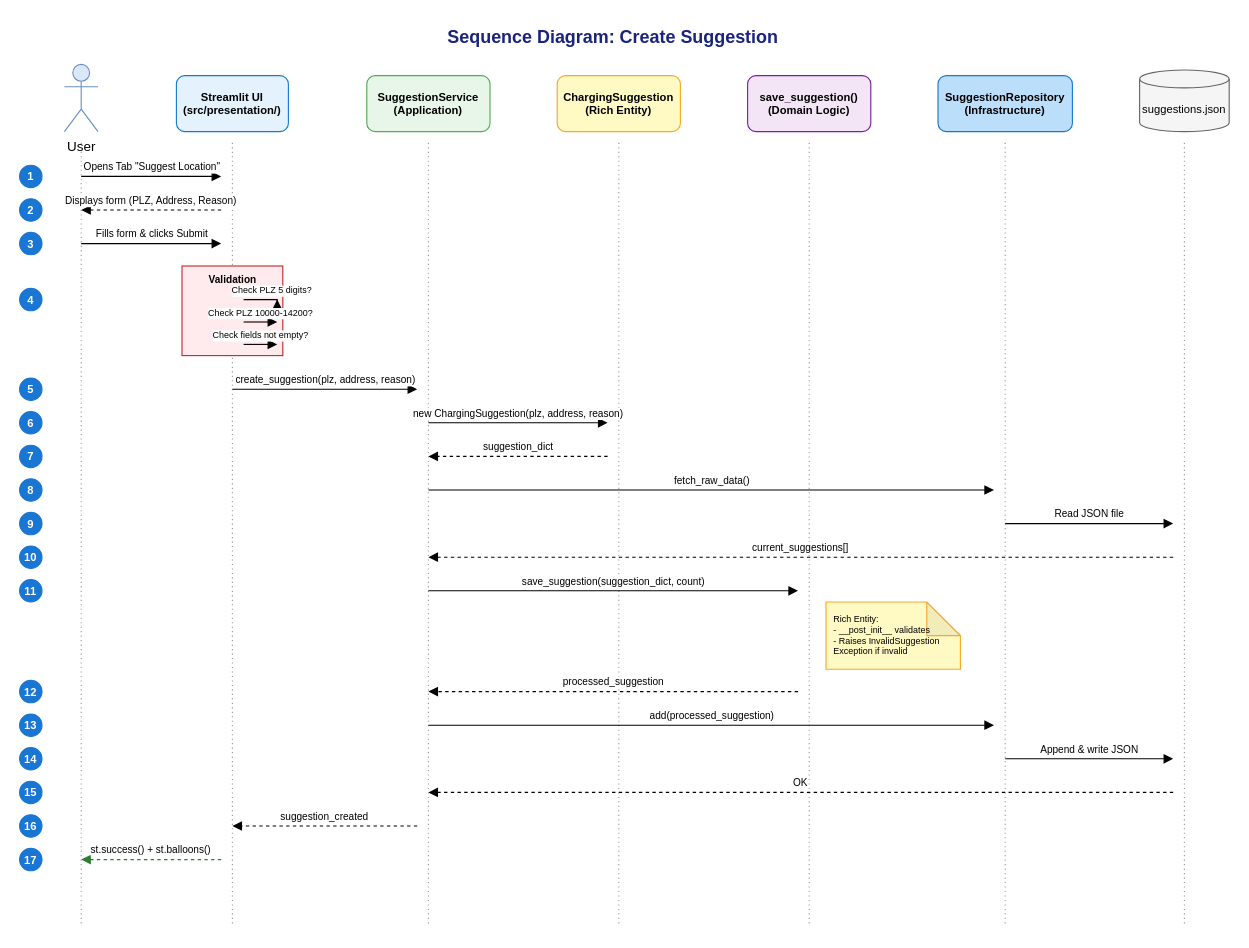
Earlier version of the draw.io diagram page "1. Create Suggestion" (1 of 3) of docs/user-story-7-sequence-diagrams.drawio (SamuskaAksumas/heatmap-charging-stations). Source tidied: cells renumbered, new cells numbered last; positions are measured from the earlier drawing's top-left corner, leaving out a move shared by most shapes. Both pictures are drawn from the tidied source at 112%, with x=0, y=0 at pixel (19, 19).
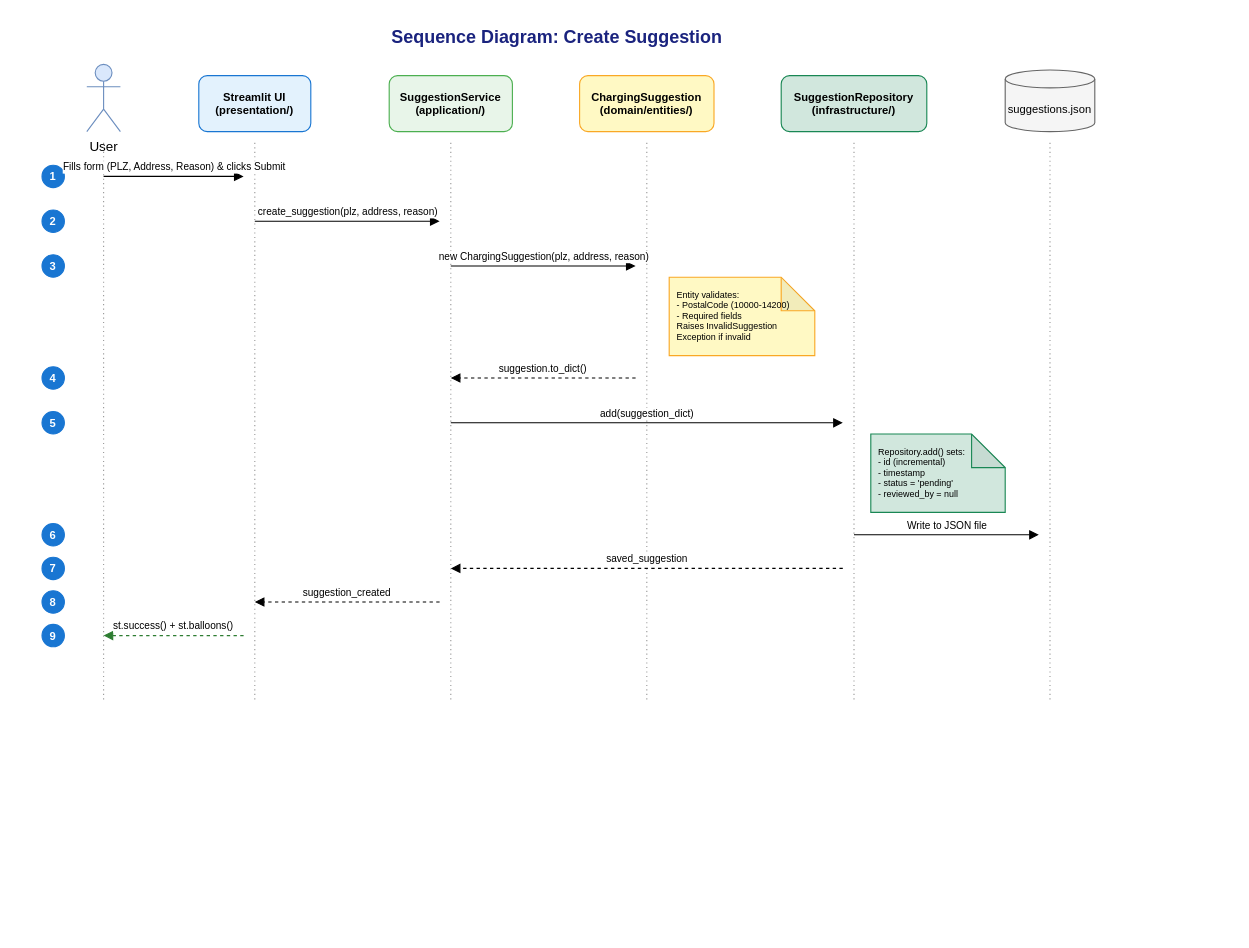
After the change.

Change to the diagram source:
```diff
@@
     <mxCell id="2" value="Sequence Diagram: Create Suggestion" style="text;html=1;strokeColor=none;fillColor=none;align=center;verticalAlign=middle;whiteSpace=wrap;rounded=0;fontSize=16;fontStyle=1;fontColor=#1a237e;" parent="1" vertex="1">
-      <mxGeometry x="380" width="300" height="30" as="geometry" />
+      <mxGeometry x="330" width="300" height="30" as="geometry" />
     </mxCell>
     <mxCell id="3" value="User" style="shape=umlActor;verticalLabelPosition=bottom;verticalAlign=top;html=1;fillColor=#dae8fc;strokeColor=#6c8ebf;" parent="1" vertex="1">
-      <mxGeometry x="40" y="40" width="30" height="60" as="geometry" />
+      <mxGeometry x="60" y="40" width="30" height="60" as="geometry" />
     </mxCell>
     <mxCell id="4" style="endArrow=none;dashed=1;html=1;dashPattern=1 3;strokeWidth=1;strokeColor=#999999;" parent="1" edge="1">
       <mxGeometry relative="1" as="geometry">
-        <mxPoint x="55" y="110" as="sourcePoint" />
-        <mxPoint x="55" y="810" as="targetPoint" />
+        <mxPoint x="75" y="110" as="sourcePoint" />
+        <mxPoint x="75" y="610" as="targetPoint" />
       </mxGeometry>
     </mxCell>
-    <mxCell id="5" value="Streamlit UI&#10;(src/presentation/)" style="rounded=1;whiteSpace=wrap;html=1;fillColor=#e3f2fd;strokeColor=#1976d2;fontStyle=1;fontSize=10;" parent="1" vertex="1">
-      <mxGeometry x="140" y="50" width="100" height="50" as="geometry" />
+    <mxCell id="5" value="Streamlit UI&#10;(presentation/)" style="rounded=1;whiteSpace=wrap;html=1;fillColor=#e3f2fd;strokeColor=#1976d2;fontStyle=1;fontSize=10;" parent="1" vertex="1">
+      <mxGeometry x="160" y="50" width="100" height="50" as="geometry" />
     </mxCell>
     <mxCell id="6" style="endArrow=none;dashed=1;html=1;dashPattern=1 3;strokeWidth=1;strokeColor=#999999;" parent="1" edge="1">
       <mxGeometry relative="1" as="geometry">
-        <mxPoint x="190" y="110" as="sourcePoint" />
-        <mxPoint x="190" y="810" as="targetPoint" />
+        <mxPoint x="210" y="110" as="sourcePoint" />
+        <mxPoint x="210" y="610" as="targetPoint" />
       </mxGeometry>
     </mxCell>
-    <mxCell id="7" value="SuggestionService&#10;(Application)" style="rounded=1;whiteSpace=wrap;html=1;fillColor=#e8f5e9;strokeColor=#4caf50;fontStyle=1;fontSize=10;" parent="1" vertex="1">
-      <mxGeometry x="310" y="50" width="110" height="50" as="geometry" />
+    <mxCell id="7" value="SuggestionService&#10;(application/)" style="rounded=1;whiteSpace=wrap;html=1;fillColor=#e8f5e9;strokeColor=#4caf50;fontStyle=1;fontSize=10;" parent="1" vertex="1">
+      <mxGeometry x="330" y="50" width="110" height="50" as="geometry" />
     </mxCell>
     <mxCell id="8" style="endArrow=none;dashed=1;html=1;dashPattern=1 3;strokeWidth=1;strokeColor=#999999;" parent="1" edge="1">
       <mxGeometry relative="1" as="geometry">
-        <mxPoint x="365" y="110" as="sourcePoint" />
-        <mxPoint x="365" y="810" as="targetPoint" />
+        <mxPoint x="385" y="110" as="sourcePoint" />
+        <mxPoint x="385" y="610" as="targetPoint" />
       </mxGeometry>
     </mxCell>
-    <mxCell id="9" value="ChargingSuggestion&#10;(Rich Entity)" style="rounded=1;whiteSpace=wrap;html=1;fillColor=#fff9c4;strokeColor=#f9a825;fontStyle=1;fontSize=10;" parent="1" vertex="1">
-      <mxGeometry x="480" y="50" width="110" height="50" as="geometry" />
+    <mxCell id="9" value="ChargingSuggestion&#10;(domain/entities/)" style="rounded=1;whiteSpace=wrap;html=1;fillColor=#fff9c4;strokeColor=#f9a825;fontStyle=1;fontSize=10;" parent="1" vertex="1">
+      <mxGeometry x="500" y="50" width="120" height="50" as="geometry" />
     </mxCell>
     <mxCell id="10" style="endArrow=none;dashed=1;html=1;dashPattern=1 3;strokeWidth=1;strokeColor=#999999;" parent="1" edge="1">
       <mxGeometry relative="1" as="geometry">
-        <mxPoint x="535" y="110" as="sourcePoint" />
-        <mxPoint x="535" y="810" as="targetPoint" />
+        <mxPoint x="560" y="110" as="sourcePoint" />
+        <mxPoint x="560" y="610" as="targetPoint" />
       </mxGeometry>
     </mxCell>
-    <mxCell id="11" value="save_suggestion()&#10;(Domain Logic)" style="rounded=1;whiteSpace=wrap;html=1;fillColor=#f3e5f5;strokeColor=#7b1fa2;fontStyle=1;fontSize=10;" parent="1" vertex="1">
-      <mxGeometry x="650" y="50" width="110" height="50" as="geometry" />
-    </mxCell>
-    <mxCell id="12" style="endArrow=none;dashed=1;html=1;dashPattern=1 3;strokeWidth=1;strokeColor=#999999;" parent="1" edge="1">
-      <mxGeometry relative="1" as="geometry">
-        <mxPoint x="705" y="110" as="sourcePoint" />
-        <mxPoint x="705" y="810" as="targetPoint" />
-      </mxGeometry>
-    </mxCell>
-    <mxCell id="13" value="SuggestionRepository&#10;(Infrastructure)" style="rounded=1;whiteSpace=wrap;html=1;fillColor=#bbdefb;strokeColor=#1976d2;fontStyle=1;fontSize=10;" parent="1" vertex="1">
-      <mxGeometry x="820" y="50" width="120" height="50" as="geometry" />
+    <mxCell id="13" value="SuggestionRepository&#10;(infrastructure/)" style="rounded=1;whiteSpace=wrap;html=1;fillColor=#d1e7dd;strokeColor=#198754;fontStyle=1;fontSize=10;" parent="1" vertex="1">
+      <mxGeometry x="680" y="50" width="130" height="50" as="geometry" />
     </mxCell>
     <mxCell id="14" style="endArrow=none;dashed=1;html=1;dashPattern=1 3;strokeWidth=1;strokeColor=#999999;" parent="1" edge="1">
       <mxGeometry relative="1" as="geometry">
-        <mxPoint x="880" y="110" as="sourcePoint" />
-        <mxPoint x="880" y="810" as="targetPoint" />
+        <mxPoint x="745" y="110" as="sourcePoint" />
+        <mxPoint x="745" y="610" as="targetPoint" />
       </mxGeometry>
     </mxCell>
     <mxCell id="15" value="suggestions.json" style="shape=cylinder3;whiteSpace=wrap;html=1;boundedLbl=1;backgroundOutline=1;size=8;fillColor=#f5f5f5;strokeColor=#666666;fontSize=10;" parent="1" vertex="1">
-      <mxGeometry x="1000" y="45" width="80" height="55" as="geometry" />
+      <mxGeometry x="880" y="45" width="80" height="55" as="geometry" />
     </mxCell>
     <mxCell id="16" style="endArrow=none;dashed=1;html=1;dashPattern=1 3;strokeWidth=1;strokeColor=#999999;" parent="1" edge="1">
       <mxGeometry relative="1" as="geometry">
-        <mxPoint x="1040" y="110" as="sourcePoint" />
-        <mxPoint x="1040" y="810" as="targetPoint" />
+        <mxPoint x="920" y="110" as="sourcePoint" />
+        <mxPoint x="920" y="610" as="targetPoint" />
       </mxGeometry>
     </mxCell>
     <mxCell id="17" value="1" style="ellipse;whiteSpace=wrap;html=1;fillColor=#1976d2;strokeColor=#1976d2;fontColor=#ffffff;fontSize=10;fontStyle=1;" parent="1" vertex="1">
-      <mxGeometry y="130" width="20" height="20" as="geometry" />
+      <mxGeometry x="20" y="130" width="20" height="20" as="geometry" />
     </mxCell>
-    <mxCell id="18" value="Opens Tab &quot;Suggest Location&quot;" style="html=1;verticalAlign=bottom;endArrow=block;curved=0;rounded=0;fontSize=9;" parent="1" edge="1">
+    <mxCell id="18" value="Fills form (PLZ, Address, Reason) &amp; clicks Submit" style="html=1;verticalAlign=bottom;endArrow=block;curved=0;rounded=0;fontSize=9;" parent="1" edge="1">
       <mxGeometry relative="1" as="geometry">
-        <mxPoint x="55" y="140" as="sourcePoint" />
-        <mxPoint x="180" y="140" as="targetPoint" />
+        <mxPoint x="75" y="140" as="sourcePoint" />
+        <mxPoint x="200" y="140" as="targetPoint" />
       </mxGeometry>
     </mxCell>
     <mxCell id="19" value="2" style="ellipse;whiteSpace=wrap;html=1;fillColor=#1976d2;strokeColor=#1976d2;fontColor=#ffffff;fontSize=10;fontStyle=1;" parent="1" vertex="1">
-      <mxGeometry y="160" width="20" height="20" as="geometry" />
+      <mxGeometry x="20" y="170" width="20" height="20" as="geometry" />
     </mxCell>
-    <mxCell id="20" value="Displays form (PLZ, Address, Reason)" style="html=1;verticalAlign=bottom;endArrow=block;curved=0;rounded=0;dashed=1;fontSize=9;" parent="1" edge="1">
+    <mxCell id="20" value="create_suggestion(plz, address, reason)" style="html=1;verticalAlign=bottom;endArrow=block;curved=0;rounded=0;fontSize=9;" parent="1" edge="1">
       <mxGeometry relative="1" as="geometry">
-        <mxPoint x="180" y="170" as="sourcePoint" />
-        <mxPoint x="55" y="170" as="targetPoint" />
+        <mxPoint x="210" y="180" as="sourcePoint" />
+        <mxPoint x="375" y="180" as="targetPoint" />
       </mxGeometry>
     </mxCell>
     <mxCell id="21" value="3" style="ellipse;whiteSpace=wrap;html=1;fillColor=#1976d2;strokeColor=#1976d2;fontColor=#ffffff;fontSize=10;fontStyle=1;" parent="1" vertex="1">
-      <mxGeometry y="190" width="20" height="20" as="geometry" />
+      <mxGeometry x="20" y="210" width="20" height="20" as="geometry" />
     </mxCell>
-    <mxCell id="22" value="Fills form &amp; clicks Submit" style="html=1;verticalAlign=bottom;endArrow=block;curved=0;rounded=0;fontSize=9;" parent="1" edge="1">
+    <mxCell id="22" value="new ChargingSuggestion(plz, address, reason)" style="html=1;verticalAlign=bottom;endArrow=block;curved=0;rounded=0;fontSize=9;" parent="1" edge="1">
       <mxGeometry relative="1" as="geometry">
-        <mxPoint x="55" y="200" as="sourcePoint" />
-        <mxPoint x="180" y="200" as="targetPoint" />
+        <mxPoint x="385" y="220" as="sourcePoint" />
+        <mxPoint x="550" y="220" as="targetPoint" />
       </mxGeometry>
     </mxCell>
-    <mxCell id="23" style="rounded=0;whiteSpace=wrap;html=1;fillColor=#ffebee;strokeColor=#c62828;strokeWidth=1;" parent="1" vertex="1">
-      <mxGeometry x="145" y="220" width="90" height="80" as="geometry" />
-    </mxCell>
-    <mxCell id="24" value="Validation" style="text;html=1;strokeColor=none;fillColor=none;align=center;verticalAlign=middle;fontSize=9;fontStyle=1;" parent="1" vertex="1">
-      <mxGeometry x="155" y="225" width="70" height="15" as="geometry" />
-    </mxCell>
+    <mxCell id="43" value="Entity validates:&#10;- PostalCode (10000-14200)&#10;- Required fields&#10;Raises InvalidSuggestion&#10;Exception if invalid" style="shape=note;whiteSpace=wrap;html=1;backgroundOutline=1;darkOpacity=0.05;fillColor=#fff9c4;strokeColor=#f9a825;fontSize=8;align=left;spacingLeft=5;" parent="1" vertex="1">
+      <mxGeometry x="580" y="230" width="130" height="70" as="geometry" />
+    </mxCell>
     <mxCell id="25" value="4" style="ellipse;whiteSpace=wrap;html=1;fillColor=#1976d2;strokeColor=#1976d2;fontColor=#ffffff;fontSize=10;fontStyle=1;" parent="1" vertex="1">
-      <mxGeometry y="240" width="20" height="20" as="geometry" />
+      <mxGeometry x="20" y="310" width="20" height="20" as="geometry" />
     </mxCell>
-    <mxCell id="26" value="Check PLZ 5 digits?" style="html=1;verticalAlign=bottom;endArrow=block;curved=0;rounded=0;fontSize=8;" parent="1" edge="1">
-      <mxGeometry relative="1" as="geometry">
-        <mxPoint x="200" y="250" as="sourcePoint" />
-        <mxPoint x="230" y="250" as="targetPoint" />
-        <Array as="points">
-          <mxPoint x="230" y="250" />
-          <mxPoint x="230" y="260" />
-        </Array>
-      </mxGeometry>
-    </mxCell>
-    <mxCell id="27" value="Check PLZ 10000-14200?" style="html=1;verticalAlign=bottom;endArrow=block;curved=0;rounded=0;fontSize=8;" parent="1" edge="1">
-      <mxGeometry relative="1" as="geometry">
-        <mxPoint x="200" y="270" as="sourcePoint" />
-        <mxPoint x="230" y="270" as="targetPoint" />
-      </mxGeometry>
-    </mxCell>
-    <mxCell id="28" value="Check fields not empty?" style="html=1;verticalAlign=bottom;endArrow=block;curved=0;rounded=0;fontSize=8;" parent="1" edge="1">
-      <mxGeometry relative="1" as="geometry">
-        <mxPoint x="200" y="290" as="sourcePoint" />
-        <mxPoint x="230" y="290" as="targetPoint" />
-      </mxGeometry>
-    </mxCell>
+    <mxCell id="56" value="suggestion.to_dict()" style="html=1;verticalAlign=bottom;endArrow=block;curved=0;rounded=0;dashed=1;fontSize=9;" parent="1" edge="1">
+      <mxGeometry relative="1" as="geometry">
+        <mxPoint x="550" y="320" as="sourcePoint" />
+        <mxPoint x="385" y="320" as="targetPoint" />
+      </mxGeometry>
+    </mxCell>
     <mxCell id="29" value="5" style="ellipse;whiteSpace=wrap;html=1;fillColor=#1976d2;strokeColor=#1976d2;fontColor=#ffffff;fontSize=10;fontStyle=1;" parent="1" vertex="1">
-      <mxGeometry y="320" width="20" height="20" as="geometry" />
+      <mxGeometry x="20" y="350" width="20" height="20" as="geometry" />
     </mxCell>
-    <mxCell id="30" value="create_suggestion(plz, address, reason)" style="html=1;verticalAlign=bottom;endArrow=block;curved=0;rounded=0;fontSize=9;" parent="1" edge="1">
+    <mxCell id="30" value="add(suggestion_dict)" style="html=1;verticalAlign=bottom;endArrow=block;curved=0;rounded=0;fontSize=9;" parent="1" edge="1">
       <mxGeometry relative="1" as="geometry">
-        <mxPoint x="190" y="330" as="sourcePoint" />
-        <mxPoint x="355" y="330" as="targetPoint" />
+        <mxPoint x="385" y="360" as="sourcePoint" />
+        <mxPoint x="735" y="360" as="targetPoint" />
       </mxGeometry>
     </mxCell>
+    <mxCell id="57" value="Repository.add() sets:&#10;- id (incremental)&#10;- timestamp&#10;- status = 'pending'&#10;- reviewed_by = null" style="shape=note;whiteSpace=wrap;html=1;backgroundOutline=1;darkOpacity=0.05;fillColor=#d1e7dd;strokeColor=#198754;fontSize=8;align=left;spacingLeft=5;" parent="1" vertex="1">
+      <mxGeometry x="760" y="370" width="120" height="70" as="geometry" />
+    </mxCell>
     <mxCell id="31" value="6" style="ellipse;whiteSpace=wrap;html=1;fillColor=#1976d2;strokeColor=#1976d2;fontColor=#ffffff;fontSize=10;fontStyle=1;" parent="1" vertex="1">
-      <mxGeometry y="350" width="20" height="20" as="geometry" />
+      <mxGeometry x="20" y="450" width="20" height="20" as="geometry" />
     </mxCell>
-    <mxCell id="32" value="new ChargingSuggestion(plz, address, reason)" style="html=1;verticalAlign=bottom;endArrow=block;curved=0;rounded=0;fontSize=9;" parent="1" edge="1">
+    <mxCell id="32" value="Write to JSON file" style="html=1;verticalAlign=bottom;endArrow=block;curved=0;rounded=0;fontSize=9;" parent="1" edge="1">
       <mxGeometry relative="1" as="geometry">
-        <mxPoint x="365" y="360" as="sourcePoint" />
-        <mxPoint x="525" y="360" as="targetPoint" />
+        <mxPoint x="745" y="460" as="sourcePoint" />
+        <mxPoint x="910" y="460" as="targetPoint" />
       </mxGeometry>
     </mxCell>
     <mxCell id="33" value="7" style="ellipse;whiteSpace=wrap;html=1;fillColor=#1976d2;strokeColor=#1976d2;fontColor=#ffffff;fontSize=10;fontStyle=1;" parent="1" vertex="1">
-      <mxGeometry y="380" width="20" height="20" as="geometry" />
+      <mxGeometry x="20" y="480" width="20" height="20" as="geometry" />
     </mxCell>
-    <mxCell id="34" value="suggestion_dict" style="html=1;verticalAlign=bottom;endArrow=block;curved=0;rounded=0;dashed=1;fontSize=9;" parent="1" edge="1">
+    <mxCell id="34" value="saved_suggestion" style="html=1;verticalAlign=bottom;endArrow=block;curved=0;rounded=0;dashed=1;fontSize=9;" parent="1" edge="1">
       <mxGeometry relative="1" as="geometry">
-        <mxPoint x="525" y="390" as="sourcePoint" />
-        <mxPoint x="365" y="390" as="targetPoint" />
+        <mxPoint x="735" y="490" as="sourcePoint" />
+        <mxPoint x="385" y="490" as="targetPoint" />
       </mxGeometry>
     </mxCell>
     <mxCell id="35" value="8" style="ellipse;whiteSpace=wrap;html=1;fillColor=#1976d2;strokeColor=#1976d2;fontColor=#ffffff;fontSize=10;fontStyle=1;" parent="1" vertex="1">
-      <mxGeometry y="410" width="20" height="20" as="geometry" />
+      <mxGeometry x="20" y="510" width="20" height="20" as="geometry" />
     </mxCell>
-    <mxCell id="36" value="fetch_raw_data()" style="html=1;verticalAlign=bottom;endArrow=block;curved=0;rounded=0;fontSize=9;" parent="1" edge="1">
+    <mxCell id="36" value="suggestion_created" style="html=1;verticalAlign=bottom;endArrow=block;curved=0;rounded=0;dashed=1;fontSize=9;" parent="1" edge="1">
       <mxGeometry relative="1" as="geometry">
-        <mxPoint x="365" y="420" as="sourcePoint" />
-        <mxPoint x="870" y="420" as="targetPoint" />
+        <mxPoint x="375" y="520" as="sourcePoint" />
+        <mxPoint x="210" y="520" as="targetPoint" />
       </mxGeometry>
     </mxCell>
     <mxCell id="37" value="9" style="ellipse;whiteSpace=wrap;html=1;fillColor=#1976d2;strokeColor=#1976d2;fontColor=#ffffff;fontSize=10;fontStyle=1;" parent="1" vertex="1">
-      <mxGeometry y="440" width="20" height="20" as="geometry" />
+      <mxGeometry x="20" y="540" width="20" height="20" as="geometry" />
     </mxCell>
-    <mxCell id="38" value="Read JSON file" style="html=1;verticalAlign=bottom;endArrow=block;curved=0;rounded=0;fontSize=9;" parent="1" edge="1">
+    <mxCell id="38" value="st.success() + st.balloons()" style="html=1;verticalAlign=bottom;endArrow=block;curved=0;rounded=0;dashed=1;fontSize=9;strokeColor=#2e7d32;" parent="1" edge="1">
       <mxGeometry relative="1" as="geometry">
-        <mxPoint x="880" y="450" as="sourcePoint" />
-        <mxPoint x="1030" y="450" as="targetPoint" />
+        <mxPoint x="200" y="550" as="sourcePoint" />
+        <mxPoint x="75" y="550" as="targetPoint" />
       </mxGeometry>
     </mxCell>
-    <mxCell id="39" value="10" style="ellipse;whiteSpace=wrap;html=1;fillColor=#1976d2;strokeColor=#1976d2;fontColor=#ffffff;fontSize=10;fontStyle=1;" parent="1" vertex="1">
-      <mxGeometry y="470" width="20" height="20" as="geometry" />
-    </mxCell>
-    <mxCell id="40" value="current_suggestions[]" style="html=1;verticalAlign=bottom;endArrow=block;curved=0;rounded=0;dashed=1;fontSize=9;" parent="1" edge="1">
-      <mxGeometry relative="1" as="geometry">
-        <mxPoint x="1030" y="480" as="sourcePoint" />
-        <mxPoint x="365" y="480" as="targetPoint" />
-      </mxGeometry>
-    </mxCell>
-    <mxCell id="41" value="11" style="ellipse;whiteSpace=wrap;html=1;fillColor=#1976d2;strokeColor=#1976d2;fontColor=#ffffff;fontSize=10;fontStyle=1;" parent="1" vertex="1">
-      <mxGeometry y="500" width="20" height="20" as="geometry" />
-    </mxCell>
-    <mxCell id="42" value="save_suggestion(suggestion_dict, count)" style="html=1;verticalAlign=bottom;endArrow=block;curved=0;rounded=0;fontSize=9;" parent="1" edge="1">
-      <mxGeometry relative="1" as="geometry">
-        <mxPoint x="365" y="510" as="sourcePoint" />
-        <mxPoint x="695" y="510" as="targetPoint" />
-      </mxGeometry>
-    </mxCell>
-    <mxCell id="43" value="Rich Entity:&#10;- __post_init__ validates&#10;- Raises InvalidSuggestion&#10;  Exception if invalid" style="shape=note;whiteSpace=wrap;html=1;backgroundOutline=1;darkOpacity=0.05;fillColor=#fff9c4;strokeColor=#f9a825;fontSize=8;align=left;spacingLeft=5;" parent="1" vertex="1">
-      <mxGeometry x="720" y="520" width="120" height="60" as="geometry" />
-    </mxCell>
-    <mxCell id="44" value="12" style="ellipse;whiteSpace=wrap;html=1;fillColor=#1976d2;strokeColor=#1976d2;fontColor=#ffffff;fontSize=10;fontStyle=1;" parent="1" vertex="1">
-      <mxGeometry y="590" width="20" height="20" as="geometry" />
-    </mxCell>
-    <mxCell id="45" value="processed_suggestion" style="html=1;verticalAlign=bottom;endArrow=block;curved=0;rounded=0;dashed=1;fontSize=9;" parent="1" edge="1">
-      <mxGeometry relative="1" as="geometry">
-        <mxPoint x="695" y="600" as="sourcePoint" />
-        <mxPoint x="365" y="600" as="targetPoint" />
-      </mxGeometry>
-    </mxCell>
-    <mxCell id="46" value="13" style="ellipse;whiteSpace=wrap;html=1;fillColor=#1976d2;strokeColor=#1976d2;fontColor=#ffffff;fontSize=10;fontStyle=1;" parent="1" vertex="1">
-      <mxGeometry y="620" width="20" height="20" as="geometry" />
-    </mxCell>
-    <mxCell id="47" value="add(processed_suggestion)" style="html=1;verticalAlign=bottom;endArrow=block;curved=0;rounded=0;fontSize=9;" parent="1" edge="1">
-      <mxGeometry relative="1" as="geometry">
-        <mxPoint x="365" y="630" as="sourcePoint" />
-        <mxPoint x="870" y="630" as="targetPoint" />
-      </mxGeometry>
-    </mxCell>
-    <mxCell id="48" value="14" style="ellipse;whiteSpace=wrap;html=1;fillColor=#1976d2;strokeColor=#1976d2;fontColor=#ffffff;fontSize=10;fontStyle=1;" parent="1" vertex="1">
-      <mxGeometry y="650" width="20" height="20" as="geometry" />
-    </mxCell>
-    <mxCell id="49" value="Append &amp; write JSON" style="html=1;verticalAlign=bottom;endArrow=block;curved=0;rounded=0;fontSize=9;" parent="1" edge="1">
-      <mxGeometry relative="1" as="geometry">
-        <mxPoint x="880" y="660" as="sourcePoint" />
-        <mxPoint x="1030" y="660" as="targetPoint" />
-      </mxGeometry>
-    </mxCell>
-    <mxCell id="50" value="15" style="ellipse;whiteSpace=wrap;html=1;fillColor=#1976d2;strokeColor=#1976d2;fontColor=#ffffff;fontSize=10;fontStyle=1;" parent="1" vertex="1">
-      <mxGeometry y="680" width="20" height="20" as="geometry" />
-    </mxCell>
-    <mxCell id="51" value="OK" style="html=1;verticalAlign=bottom;endArrow=block;curved=0;rounded=0;dashed=1;fontSize=9;" parent="1" edge="1">
-      <mxGeometry relative="1" as="geometry">
-        <mxPoint x="1030" y="690" as="sourcePoint" />
-        <mxPoint x="365" y="690" as="targetPoint" />
-      </mxGeometry>
-    </mxCell>
-    <mxCell id="52" value="16" style="ellipse;whiteSpace=wrap;html=1;fillColor=#1976d2;strokeColor=#1976d2;fontColor=#ffffff;fontSize=10;fontStyle=1;" parent="1" vertex="1">
-      <mxGeometry y="710" width="20" height="20" as="geometry" />
-    </mxCell>
-    <mxCell id="53" value="suggestion_created" style="html=1;verticalAlign=bottom;endArrow=block;curved=0;rounded=0;dashed=1;fontSize=9;" parent="1" edge="1">
-      <mxGeometry relative="1" as="geometry">
-        <mxPoint x="355" y="720" as="sourcePoint" />
-        <mxPoint x="190" y="720" as="targetPoint" />
-      </mxGeometry>
-    </mxCell>
-    <mxCell id="54" value="17" style="ellipse;whiteSpace=wrap;html=1;fillColor=#1976d2;strokeColor=#1976d2;fontColor=#ffffff;fontSize=10;fontStyle=1;" parent="1" vertex="1">
-      <mxGeometry y="740" width="20" height="20" as="geometry" />
-    </mxCell>
-    <mxCell id="55" value="st.success() + st.balloons()" style="html=1;verticalAlign=bottom;endArrow=block;curved=0;rounded=0;dashed=1;fontSize=9;strokeColor=#2e7d32;" parent="1" edge="1">
-      <mxGeometry relative="1" as="geometry">
-        <mxPoint x="180" y="750" as="sourcePoint" />
-        <mxPoint x="55" y="750" as="targetPoint" />
-      </mxGeometry>
-    </mxCell>
```
